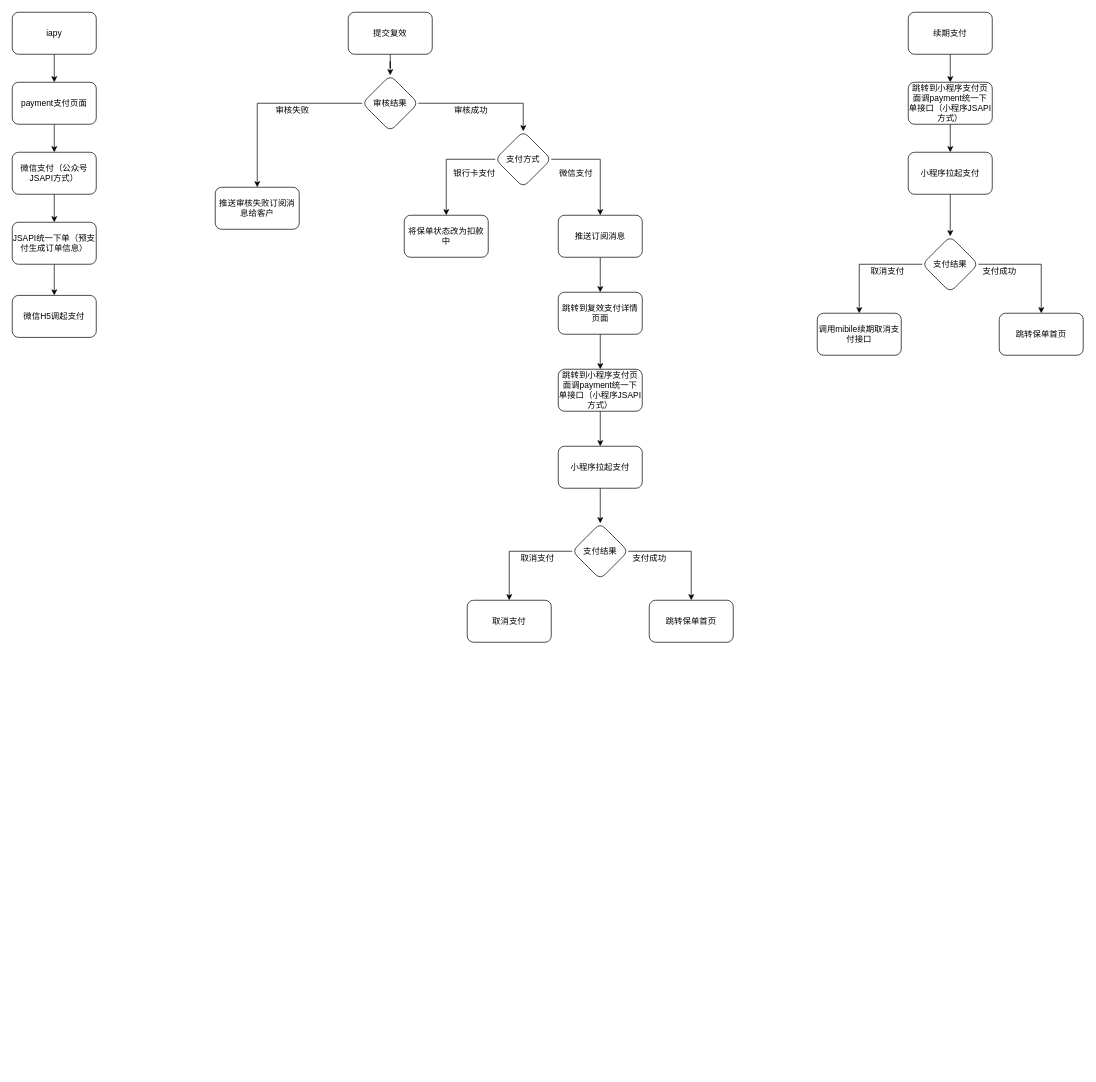
Above: page "官位支付改造" (7 of 7) of Untitled Diagram.drawio in GaoAng-HRERS/diagram (draw.io), before the change. Source tidied: cells renumbered, new cells numbered last; positions are measured from the earlier drawing's top-left corner, leaving out a move shared by most shapes. Both pictures are drawn from the tidied source at 70%, with x=0, y=0 at pixel (12, 12).
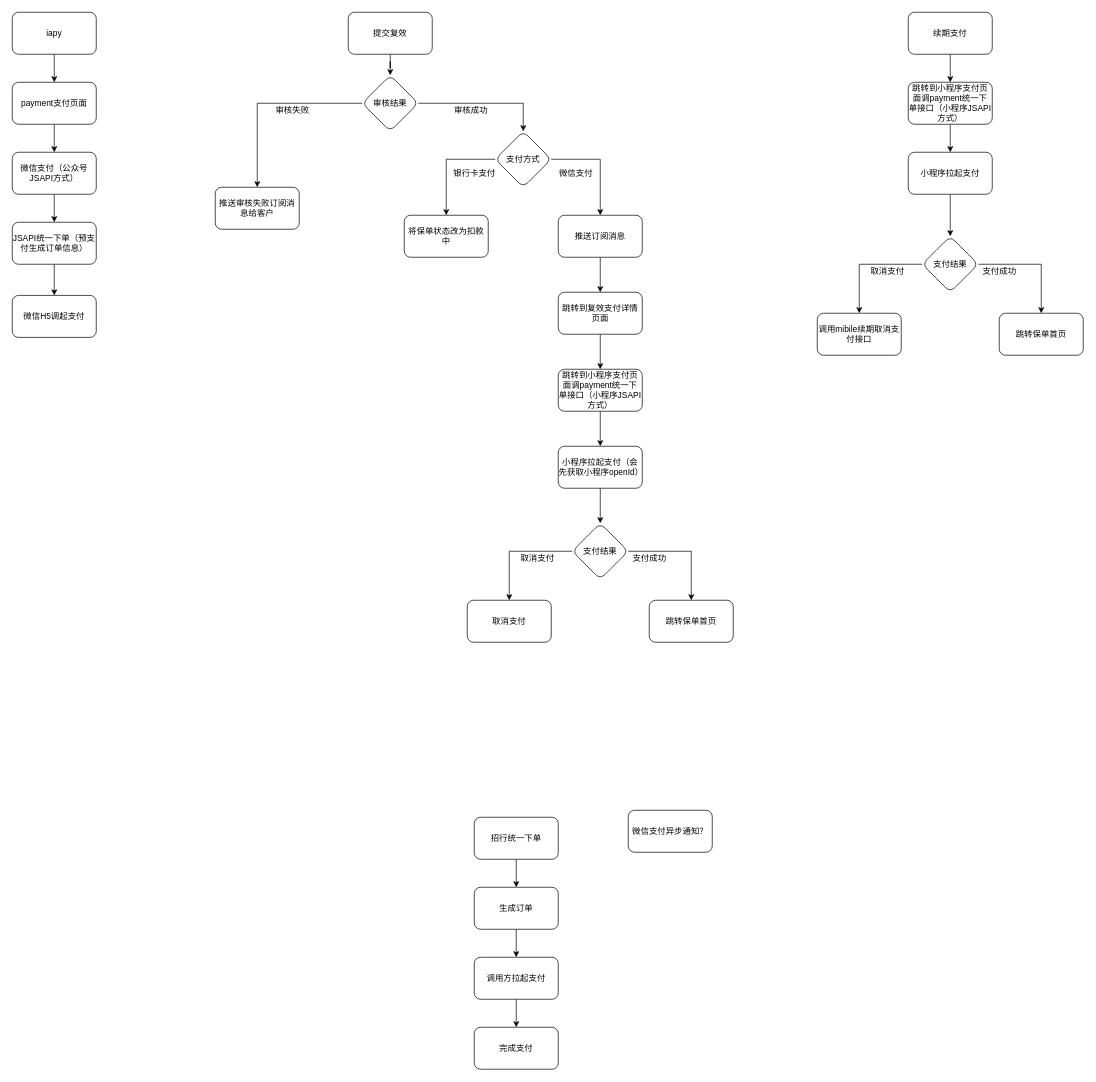
The same diagram, later.

Commit message:
官微支付改造0.2

The edit, as a diff of the source:
```diff
@@
-    <mxCell id="30" value="小程序拉起支付" style="rounded=1;whiteSpace=wrap;html=1;" parent="1" vertex="1">
+    <mxCell id="30" value="小程序拉起支付（会先获取小程序openId）" style="rounded=1;whiteSpace=wrap;html=1;" parent="1" vertex="1">
       <mxGeometry x="780" y="620" width="120" height="60" as="geometry" />
     </mxCell>
@@
+    <mxCell id="53" style="edgeStyle=orthogonalEdgeStyle;rounded=0;jettySize=auto;html=1;" parent="1" edge="1" source="54" target="56">
+      <mxGeometry relative="1" as="geometry" />
+    </mxCell>
+    <mxCell id="54" value="招行统一下单" style="rounded=1;whiteSpace=wrap;html=1;" parent="1" vertex="1">
+      <mxGeometry x="660" y="1150" width="120" height="60" as="geometry" />
+    </mxCell>
+    <mxCell id="55" style="edgeStyle=orthogonalEdgeStyle;rounded=0;jettySize=auto;html=1;" parent="1" edge="1" source="56" target="58">
+      <mxGeometry relative="1" as="geometry" />
+    </mxCell>
+    <mxCell id="56" value="生成订单" style="rounded=1;whiteSpace=wrap;html=1;" parent="1" vertex="1">
+      <mxGeometry x="660" y="1250" width="120" height="60" as="geometry" />
+    </mxCell>
+    <mxCell id="57" style="edgeStyle=orthogonalEdgeStyle;rounded=0;jettySize=auto;html=1;" parent="1" edge="1" source="58" target="59">
+      <mxGeometry relative="1" as="geometry" />
+    </mxCell>
+    <mxCell id="58" value="调用方拉起支付" style="rounded=1;whiteSpace=wrap;html=1;" parent="1" vertex="1">
+      <mxGeometry x="660" y="1350" width="120" height="60" as="geometry" />
+    </mxCell>
+    <mxCell id="59" value="完成支付" style="rounded=1;whiteSpace=wrap;html=1;" parent="1" vertex="1">
+      <mxGeometry x="660" y="1450" width="120" height="60" as="geometry" />
+    </mxCell>
+    <mxCell id="60" value="微信支付异步通知？" style="rounded=1;whiteSpace=wrap;html=1;" parent="1" vertex="1">
+      <mxGeometry x="880" y="1140" width="120" height="60" as="geometry" />
+    </mxCell>
```
